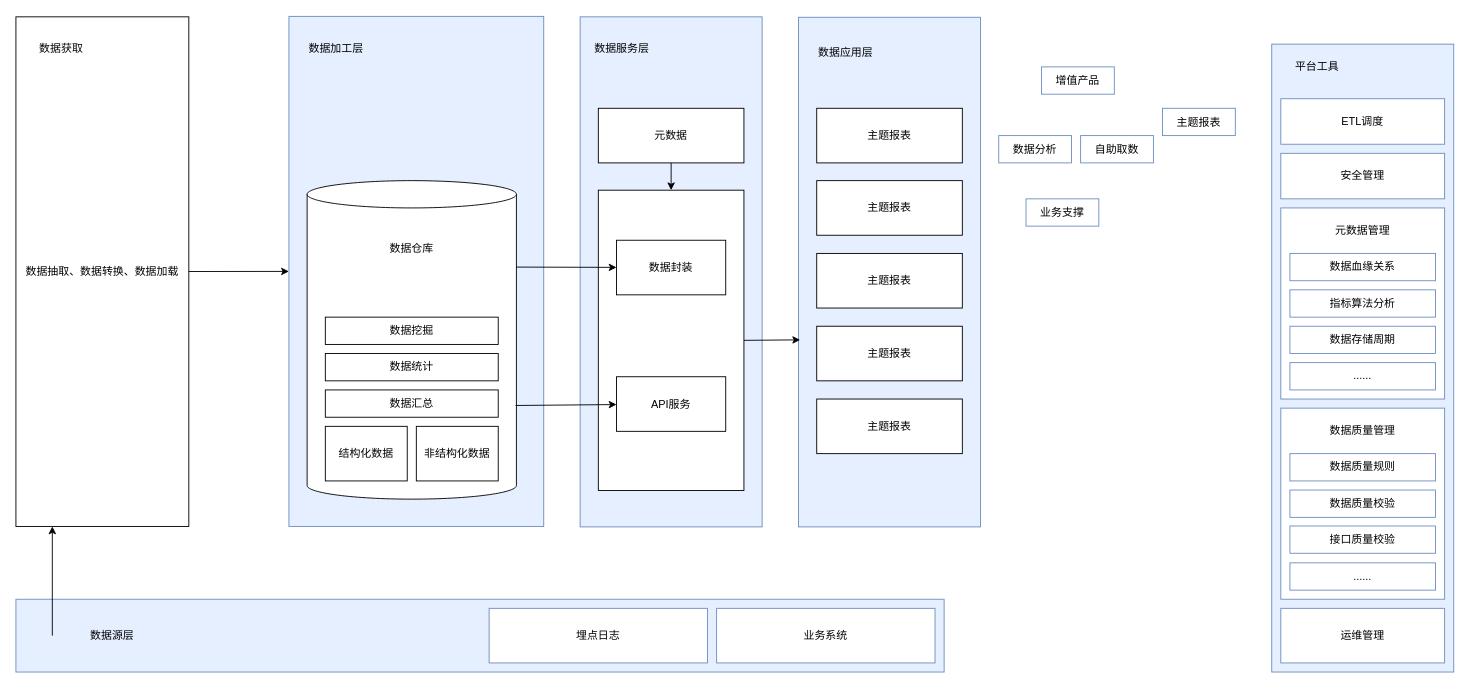
Above: 数仓技术架构.drawio in Jacoulin/draw (draw.io), before the change. Source tidied: cells renumbered, new cells numbered last; positions are measured from the earlier drawing's top-left corner, leaving out a move shared by most shapes. Both pictures are drawn from the tidied source at 91%, with x=0, y=0 at pixel (15, 16).
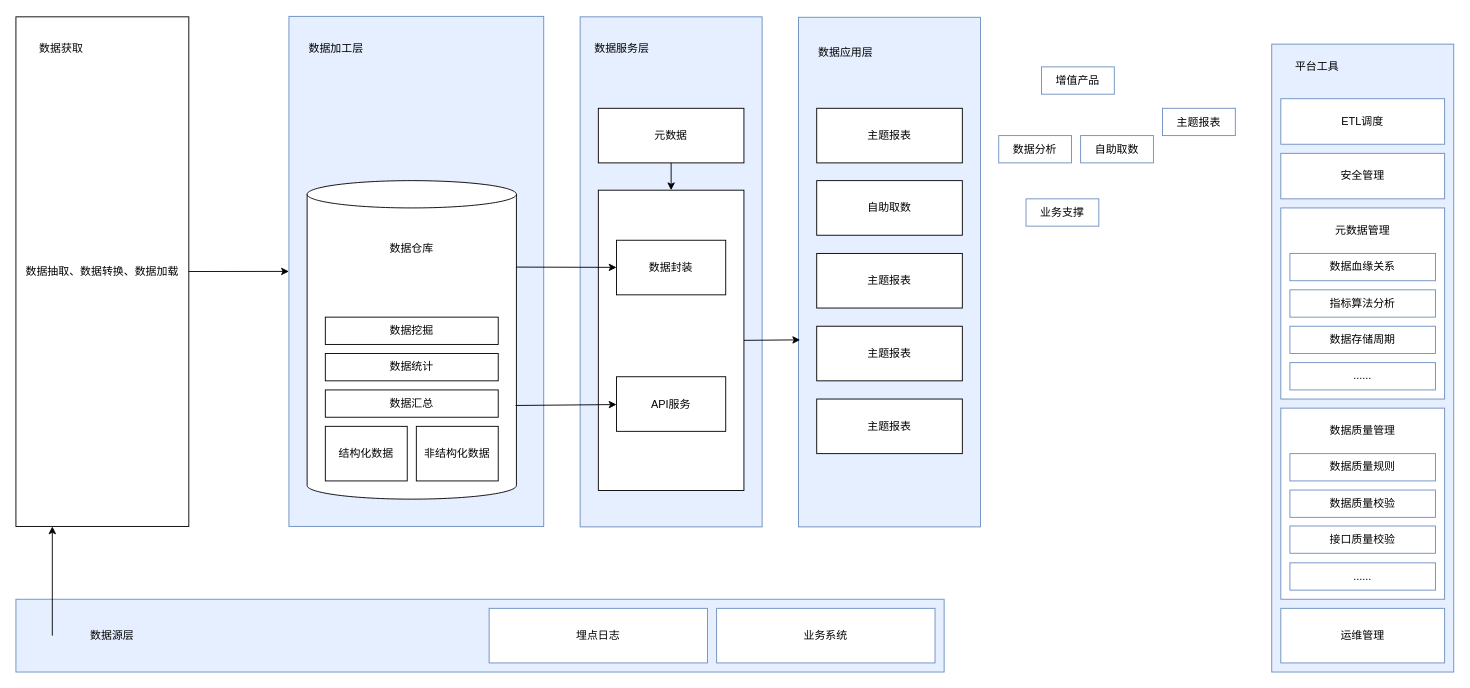
After the change.

Commit message:
更新数仓技术架构.drawio

What changed in the source:
```diff
@@
-    <mxCell id="55" value="主题报表" style="rounded=0;whiteSpace=wrap;html=1;" parent="1" vertex="1">
+    <mxCell id="55" value="自助取数" style="rounded=0;whiteSpace=wrap;html=1;" parent="1" vertex="1">
       <mxGeometry x="880" y="180" width="160" height="60" as="geometry" />
     </mxCell>
```
